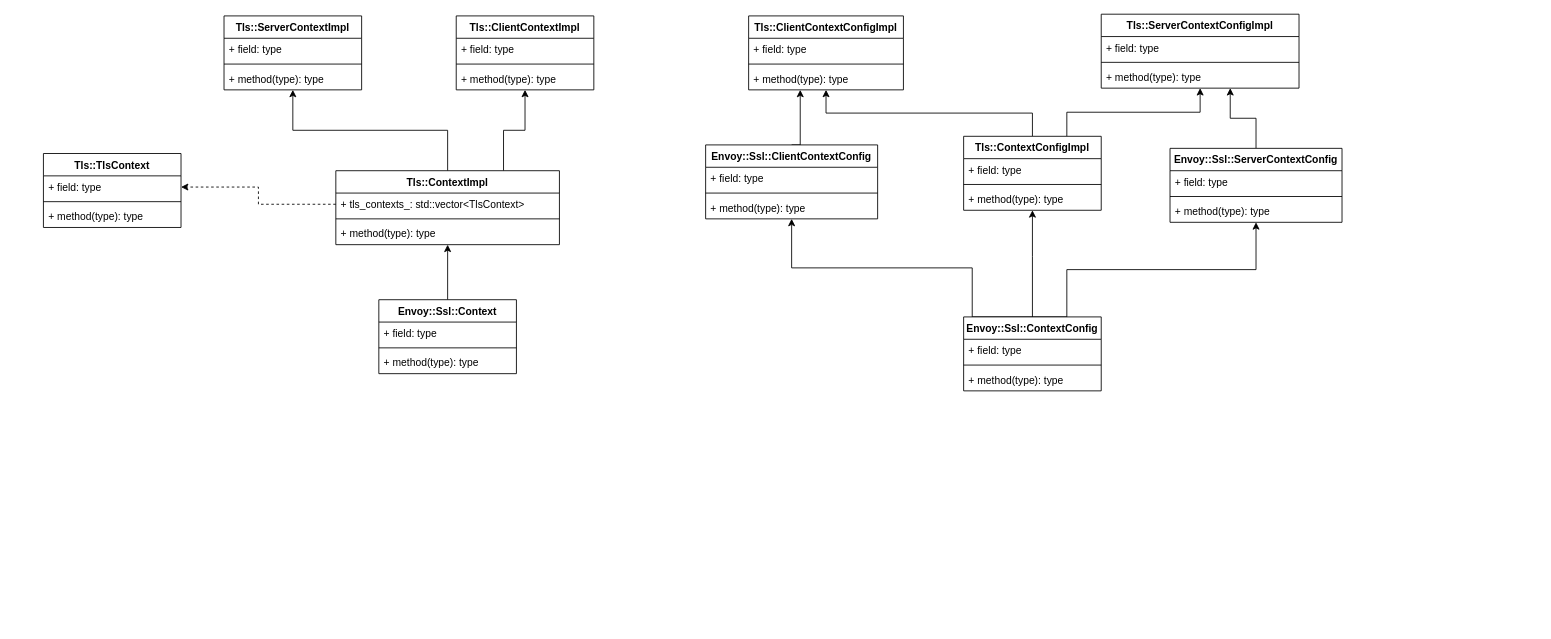
Before: envoy code reading for cert providers.drawio in LuyaoZhong/Figures, a draw.io diagram. Source tidied: cells renumbered, new cells numbered last; positions are measured from the earlier drawing's top-left corner, leaving out a move shared by most shapes. Both pictures are drawn from the tidied source at 86%, with x=0, y=0 at pixel (43, 14).
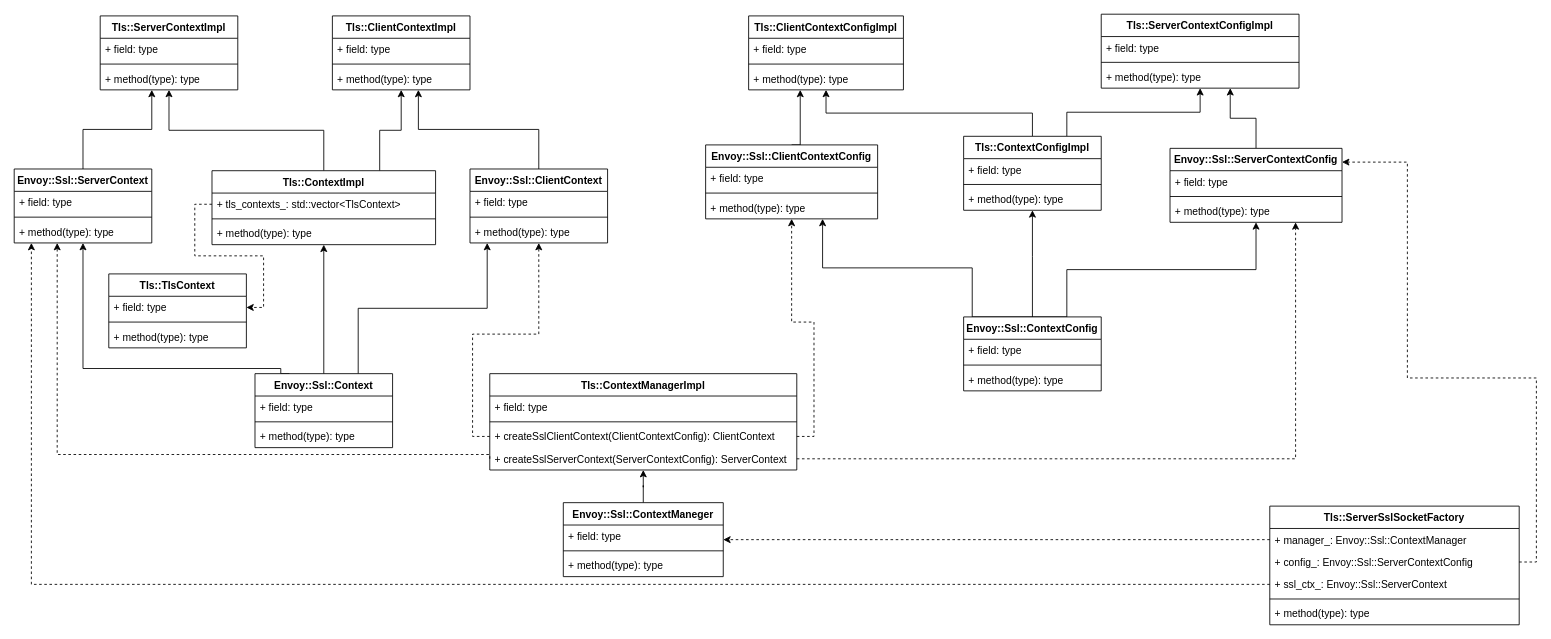
After the change.

The change refers to these unchanged cells:
```xml
<mxCell id="29" value="Envoy::Ssl::ContextConfig" style="swimlane;fontStyle=1;align=center;verticalAlign=top;horizontal=1;startSize=26;" parent="1" vertex="1">
  <mxGeometry x="1070" y="352" width="160" height="86" as="geometry" />
</mxCell>
<mxCell id="44" value="Envoy::Ssl::ClientContextConfig" style="swimlane;fontStyle=1;align=center;verticalAlign=top;horizontal=1;startSize=26;" parent="1" vertex="1">
  <mxGeometry x="770" y="152" width="200" height="86" as="geometry" />
</mxCell>
<mxCell id="53" value="Envoy::Ssl::ServerContextConfig" style="swimlane;fontStyle=1;align=center;verticalAlign=top;horizontal=1;startSize=26;" parent="1" vertex="1">
  <mxGeometry x="1310" y="156" width="200" height="86" as="geometry" />
</mxCell>
```

Diff of the diagram source:
```diff
@@
     <mxCell id="2" value="Tls::ServerContextImpl" style="swimlane;fontStyle=1;align=center;verticalAlign=top;horizontal=1;startSize=26;" parent="1" vertex="1">
-      <mxGeometry x="210" y="2" width="160" height="86" as="geometry" />
+      <mxGeometry x="66" y="2" width="160" height="86" as="geometry" />
     </mxCell>
@@
     <mxCell id="8" value="Tls::ContextImpl" style="swimlane;fontStyle=1;align=center;verticalAlign=top;horizontal=1;startSize=26;" parent="1" vertex="1">
-      <mxGeometry x="340" y="182" width="260" height="86" as="geometry" />
+      <mxGeometry x="196" y="182" width="260" height="86" as="geometry" />
     </mxCell>
@@
+    <mxCell id="57" style="edgeStyle=orthogonalEdgeStyle;rounded=0;jettySize=auto;html=1;exitX=0.75;exitY=0;exitDx=0;exitDy=0;" parent="1" edge="1" source="13" target="75">
+      <mxGeometry relative="1" as="geometry">
+        <Array as="points">
+          <mxPoint x="366" y="342" />
+          <mxPoint x="516" y="342" />
+        </Array>
+      </mxGeometry>
+    </mxCell>
+    <mxCell id="58" style="edgeStyle=orthogonalEdgeStyle;rounded=0;jettySize=auto;html=1;exitX=0.25;exitY=0;exitDx=0;exitDy=0;" parent="1" edge="1" source="13" target="70">
+      <mxGeometry relative="1" as="geometry">
+        <Array as="points">
+          <mxPoint x="276" y="412" />
+          <mxPoint x="46" y="412" />
+        </Array>
+      </mxGeometry>
+    </mxCell>
     <mxCell id="13" value="Envoy::Ssl::Context" style="swimlane;fontStyle=1;align=center;verticalAlign=top;horizontal=1;startSize=26;" parent="1" vertex="1">
-      <mxGeometry x="390" y="332" width="160" height="86" as="geometry" />
+      <mxGeometry x="246" y="418" width="160" height="86" as="geometry" />
     </mxCell>
@@
     <mxCell id="17" value="Tls::ClientContextImpl" style="swimlane;fontStyle=1;align=center;verticalAlign=top;horizontal=1;startSize=26;" parent="1" vertex="1">
-      <mxGeometry x="480" y="2" width="160" height="86" as="geometry" />
+      <mxGeometry x="336" y="2" width="160" height="86" as="geometry" />
     </mxCell>
@@
     <mxCell id="21" value="Tls::TlsContext&#10;" style="swimlane;fontStyle=1;align=center;verticalAlign=top;horizontal=1;startSize=26;" parent="1" vertex="1">
-      <mxGeometry y="162" width="160" height="86" as="geometry" />
+      <mxGeometry x="76" y="302" width="160" height="86" as="geometry" />
     </mxCell>
@@
     <mxCell id="27" style="edgeStyle=orthogonalEdgeStyle;rounded=0;jettySize=auto;html=1;exitX=0.75;exitY=0;exitDx=0;exitDy=0;" parent="1" edge="1" source="29" target="44">
       <mxGeometry relative="1" as="geometry">
         <Array as="points">
           <mxPoint x="1080" y="352" />
           <mxPoint x="1080" y="295" />
-          <mxPoint x="870" y="295" />
+          <mxPoint x="906" y="295" />
         </Array>
       </mxGeometry>
     </mxCell>
@@
+    <mxCell id="59" value="Tls::ContextManagerImpl" style="swimlane;fontStyle=1;align=center;verticalAlign=top;horizontal=1;startSize=26;" parent="1" vertex="1">
+      <mxGeometry x="519" y="418" width="357" height="112" as="geometry" />
+    </mxCell>
+    <mxCell id="60" value="+ field: type" style="text;strokeColor=none;fillColor=none;align=left;verticalAlign=top;spacingLeft=4;spacingRight=4;overflow=hidden;" parent="59" vertex="1">
+      <mxGeometry y="26" width="357" height="26" as="geometry" />
+    </mxCell>
+    <mxCell id="61" style="line;strokeWidth=1;fillColor=none;align=left;verticalAlign=middle;spacingTop=-1;spacingLeft=3;spacingRight=3;labelPosition=right;" parent="59" vertex="1">
+      <mxGeometry y="52" width="357" height="8" as="geometry" />
+    </mxCell>
+    <mxCell id="62" value="+ createSslClientContext(ClientContextConfig): ClientContext" style="text;strokeColor=none;fillColor=none;align=left;verticalAlign=top;spacingLeft=4;spacingRight=4;overflow=hidden;points=[[0,0.5],[1,0.5]];portConstraint=eastwest;" parent="59" vertex="1">
+      <mxGeometry y="60" width="357" height="26" as="geometry" />
+    </mxCell>
+    <mxCell id="63" value="+ createSslServerContext(ServerContextConfig): ServerContext" style="text;strokeColor=none;fillColor=none;align=left;verticalAlign=top;spacingLeft=4;spacingRight=4;overflow=hidden;points=[[0,0.5],[1,0.5]];portConstraint=eastwest;" parent="59" vertex="1">
+      <mxGeometry y="86" width="357" height="26" as="geometry" />
+    </mxCell>
+    <mxCell id="64" style="edgeStyle=orthogonalEdgeStyle;rounded=0;jettySize=auto;html=1;exitX=0.5;exitY=0;exitDx=0;exitDy=0;" parent="1" edge="1" source="65" target="59">
+      <mxGeometry relative="1" as="geometry" />
+    </mxCell>
+    <mxCell id="65" value="Envoy::Ssl::ContextManeger" style="swimlane;fontStyle=1;align=center;verticalAlign=top;horizontal=1;startSize=26;" parent="1" vertex="1">
+      <mxGeometry x="604.5" y="568" width="186" height="86" as="geometry" />
+    </mxCell>
+    <mxCell id="66" value="+ field: type" style="text;strokeColor=none;fillColor=none;align=left;verticalAlign=top;spacingLeft=4;spacingRight=4;overflow=hidden;" parent="65" vertex="1">
+      <mxGeometry y="26" width="186" height="26" as="geometry" />
+    </mxCell>
+    <mxCell id="67" style="line;strokeWidth=1;fillColor=none;align=left;verticalAlign=middle;spacingTop=-1;spacingLeft=3;spacingRight=3;labelPosition=right;" parent="65" vertex="1">
+      <mxGeometry y="52" width="186" height="8" as="geometry" />
+    </mxCell>
+    <mxCell id="68" value="+ method(type): type" style="text;strokeColor=none;fillColor=none;align=left;verticalAlign=top;spacingLeft=4;spacingRight=4;overflow=hidden;" parent="65" vertex="1">
+      <mxGeometry y="60" width="186" height="26" as="geometry" />
+    </mxCell>
+    <mxCell id="69" style="edgeStyle=orthogonalEdgeStyle;rounded=0;jettySize=auto;html=1;exitX=0.5;exitY=0;exitDx=0;exitDy=0;" parent="1" edge="1" source="70" target="2">
+      <mxGeometry relative="1" as="geometry">
+        <Array as="points">
+          <mxPoint x="46" y="134" />
+          <mxPoint x="126" y="134" />
+        </Array>
+      </mxGeometry>
+    </mxCell>
+    <mxCell id="70" value="Envoy::Ssl::ServerContext" style="swimlane;fontStyle=1;align=center;verticalAlign=top;horizontal=1;startSize=26;" parent="1" vertex="1">
+      <mxGeometry x="-34" y="180" width="160" height="86" as="geometry" />
+    </mxCell>
+    <mxCell id="71" value="+ field: type" style="text;strokeColor=none;fillColor=none;align=left;verticalAlign=top;spacingLeft=4;spacingRight=4;overflow=hidden;" parent="70" vertex="1">
+      <mxGeometry y="26" width="160" height="26" as="geometry" />
+    </mxCell>
+    <mxCell id="72" style="line;strokeWidth=1;fillColor=none;align=left;verticalAlign=middle;spacingTop=-1;spacingLeft=3;spacingRight=3;labelPosition=right;" parent="70" vertex="1">
+      <mxGeometry y="52" width="160" height="8" as="geometry" />
+    </mxCell>
+    <mxCell id="73" value="+ method(type): type" style="text;strokeColor=none;fillColor=none;align=left;verticalAlign=top;spacingLeft=4;spacingRight=4;overflow=hidden;" parent="70" vertex="1">
+      <mxGeometry y="60" width="160" height="26" as="geometry" />
+    </mxCell>
+    <mxCell id="74" style="edgeStyle=orthogonalEdgeStyle;rounded=0;jettySize=auto;html=1;exitX=0.5;exitY=0;exitDx=0;exitDy=0;" parent="1" edge="1" source="75" target="17">
+      <mxGeometry relative="1" as="geometry">
+        <Array as="points">
+          <mxPoint x="576" y="134" />
+          <mxPoint x="436" y="134" />
+        </Array>
+      </mxGeometry>
+    </mxCell>
+    <mxCell id="75" value="Envoy::Ssl::ClientContext" style="swimlane;fontStyle=1;align=center;verticalAlign=top;horizontal=1;startSize=26;" parent="1" vertex="1">
+      <mxGeometry x="496" y="180" width="160" height="86" as="geometry" />
+    </mxCell>
+    <mxCell id="76" value="+ field: type" style="text;strokeColor=none;fillColor=none;align=left;verticalAlign=top;spacingLeft=4;spacingRight=4;overflow=hidden;" parent="75" vertex="1">
+      <mxGeometry y="26" width="160" height="26" as="geometry" />
+    </mxCell>
+    <mxCell id="77" style="line;strokeWidth=1;fillColor=none;align=left;verticalAlign=middle;spacingTop=-1;spacingLeft=3;spacingRight=3;labelPosition=right;" parent="75" vertex="1">
+      <mxGeometry y="52" width="160" height="8" as="geometry" />
+    </mxCell>
+    <mxCell id="78" value="+ method(type): type" style="text;strokeColor=none;fillColor=none;align=left;verticalAlign=top;spacingLeft=4;spacingRight=4;overflow=hidden;" parent="75" vertex="1">
+      <mxGeometry y="60" width="160" height="26" as="geometry" />
+    </mxCell>
+    <mxCell id="79" style="edgeStyle=orthogonalEdgeStyle;rounded=0;jettySize=auto;html=1;exitX=1;exitY=0.5;exitDx=0;exitDy=0;dashed=1;" parent="1" edge="1" source="62" target="44">
+      <mxGeometry relative="1" as="geometry" />
+    </mxCell>
+    <mxCell id="80" style="edgeStyle=orthogonalEdgeStyle;rounded=0;jettySize=auto;html=1;exitX=1;exitY=0.5;exitDx=0;exitDy=0;dashed=1;" parent="1" edge="1" source="63" target="53">
+      <mxGeometry relative="1" as="geometry">
+        <Array as="points">
+          <mxPoint x="1456" y="517" />
+        </Array>
+      </mxGeometry>
+    </mxCell>
+    <mxCell id="81" style="edgeStyle=orthogonalEdgeStyle;rounded=0;jettySize=auto;html=1;exitX=0;exitY=0.5;exitDx=0;exitDy=0;dashed=1;" parent="1" edge="1" source="62" target="75">
+      <mxGeometry relative="1" as="geometry" />
+    </mxCell>
+    <mxCell id="82" style="edgeStyle=orthogonalEdgeStyle;rounded=0;jettySize=auto;html=1;exitX=0;exitY=0.5;exitDx=0;exitDy=0;dashed=1;" parent="1" edge="1" source="63" target="70">
+      <mxGeometry relative="1" as="geometry">
+        <Array as="points">
+          <mxPoint x="519" y="512" />
+          <mxPoint x="16" y="512" />
+        </Array>
+      </mxGeometry>
+    </mxCell>
+    <mxCell id="83" value="Tls::ServerSslSocketFactory" style="swimlane;fontStyle=1;align=center;verticalAlign=top;horizontal=1;startSize=26;" parent="1" vertex="1">
+      <mxGeometry x="1426" y="572" width="290" height="138" as="geometry" />
+    </mxCell>
+    <mxCell id="84" value="+ manager_: Envoy::Ssl::ContextManager" style="text;strokeColor=none;fillColor=none;align=left;verticalAlign=top;spacingLeft=4;spacingRight=4;overflow=hidden;points=[[0,0.5],[1,0.5]];portConstraint=eastwest;" parent="83" vertex="1">
+      <mxGeometry y="26" width="290" height="26" as="geometry" />
+    </mxCell>
+    <mxCell id="85" value="+ config_: Envoy::Ssl::ServerContextConfig" style="text;strokeColor=none;fillColor=none;align=left;verticalAlign=top;spacingLeft=4;spacingRight=4;overflow=hidden;points=[[0,0.5],[1,0.5]];portConstraint=eastwest;" parent="83" vertex="1">
+      <mxGeometry y="52" width="290" height="26" as="geometry" />
+    </mxCell>
+    <mxCell id="86" value="+ ssl_ctx_: Envoy::Ssl::ServerContext" style="text;strokeColor=none;fillColor=none;align=left;verticalAlign=top;spacingLeft=4;spacingRight=4;overflow=hidden;points=[[0,0.5],[1,0.5]];portConstraint=eastwest;" parent="83" vertex="1">
+      <mxGeometry y="78" width="290" height="26" as="geometry" />
+    </mxCell>
+    <mxCell id="87" style="line;strokeWidth=1;fillColor=none;align=left;verticalAlign=middle;spacingTop=-1;spacingLeft=3;spacingRight=3;labelPosition=right;" parent="83" vertex="1">
+      <mxGeometry y="104" width="290" height="8" as="geometry" />
+    </mxCell>
+    <mxCell id="88" value="+ method(type): type" style="text;strokeColor=none;fillColor=none;align=left;verticalAlign=top;spacingLeft=4;spacingRight=4;overflow=hidden;" parent="83" vertex="1">
+      <mxGeometry y="112" width="290" height="26" as="geometry" />
+    </mxCell>
+    <mxCell id="89" style="edgeStyle=orthogonalEdgeStyle;rounded=0;jettySize=auto;html=1;exitX=0;exitY=0.5;exitDx=0;exitDy=0;dashed=1;" parent="1" edge="1" source="84" target="65">
+      <mxGeometry relative="1" as="geometry" />
+    </mxCell>
+    <mxCell id="90" style="edgeStyle=orthogonalEdgeStyle;rounded=0;jettySize=auto;html=1;exitX=1;exitY=0.5;exitDx=0;exitDy=0;dashed=1;" parent="1" edge="1" source="85" target="53">
+      <mxGeometry relative="1" as="geometry">
+        <Array as="points">
+          <mxPoint x="1736" y="637" />
+          <mxPoint x="1736" y="423" />
+          <mxPoint x="1586" y="423" />
+          <mxPoint x="1586" y="172" />
+        </Array>
+      </mxGeometry>
+    </mxCell>
+    <mxCell id="91" style="edgeStyle=orthogonalEdgeStyle;rounded=0;jettySize=auto;html=1;exitX=0;exitY=0.5;exitDx=0;exitDy=0;dashed=1;" parent="1" edge="1" source="86" target="70">
+      <mxGeometry relative="1" as="geometry">
+        <Array as="points">
+          <mxPoint x="-14" y="663" />
+        </Array>
+      </mxGeometry>
+    </mxCell>
```
